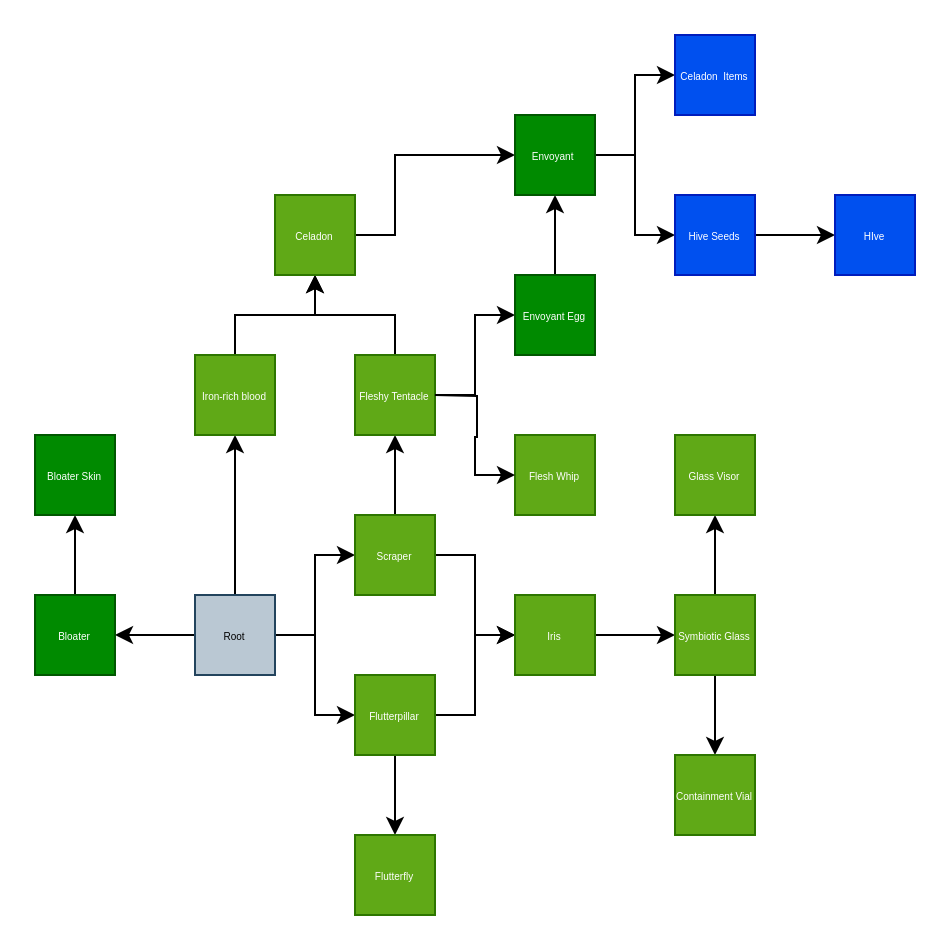
Before: map.drawio in asdru22/symbiote, a draw.io diagram. Source tidied: cells renumbered, new cells numbered last; positions are measured from the earlier drawing's top-left corner, leaving out a move shared by most shapes. Both pictures are drawn from the tidied source at 200%, with x=0, y=0 at pixel (34, 34).
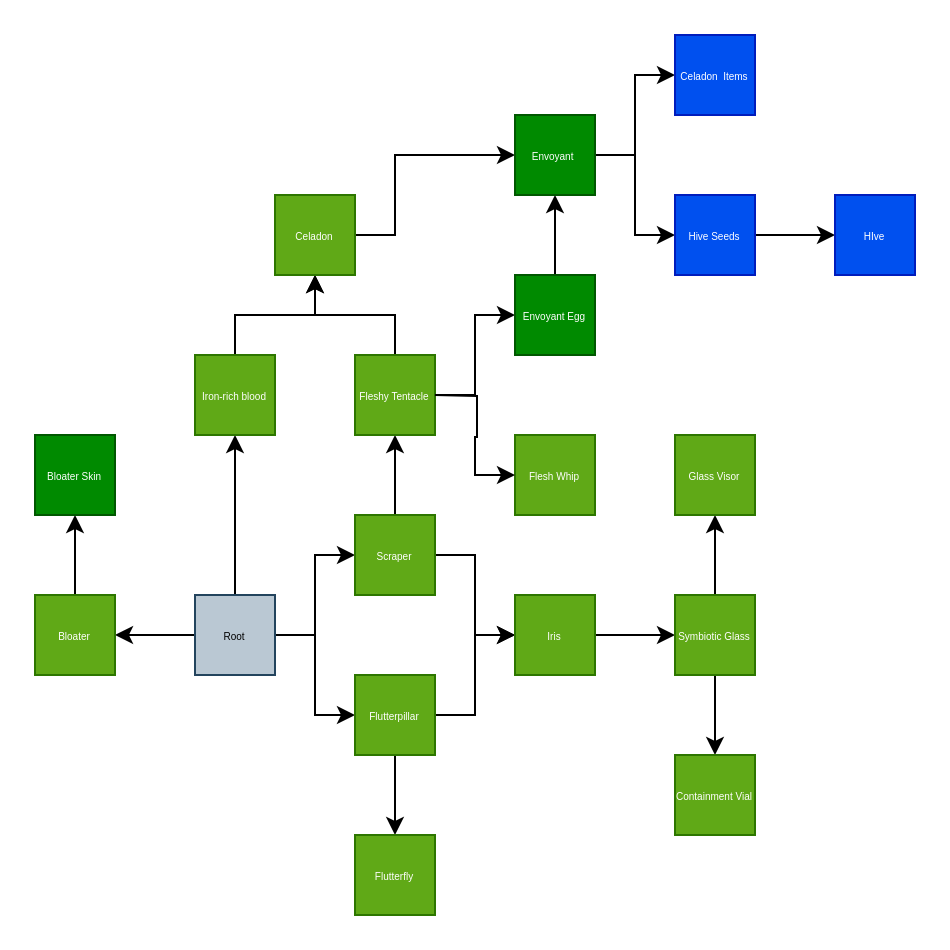
The same diagram, later.

What changed in the source:
```diff
@@
-    <mxCell id="39" value="Bloater" style="rounded=0;whiteSpace=wrap;html=1;fontSize=5;fillColor=#008a00;fontColor=#ffffff;strokeColor=#005700;" parent="1" vertex="1">
+    <mxCell id="39" value="Bloater" style="rounded=0;whiteSpace=wrap;html=1;fontSize=5;fillColor=#60a917;fontColor=#ffffff;strokeColor=#2D7600;" parent="1" vertex="1">
       <mxGeometry y="280" width="40" height="40" as="geometry" />
     </mxCell>
```
